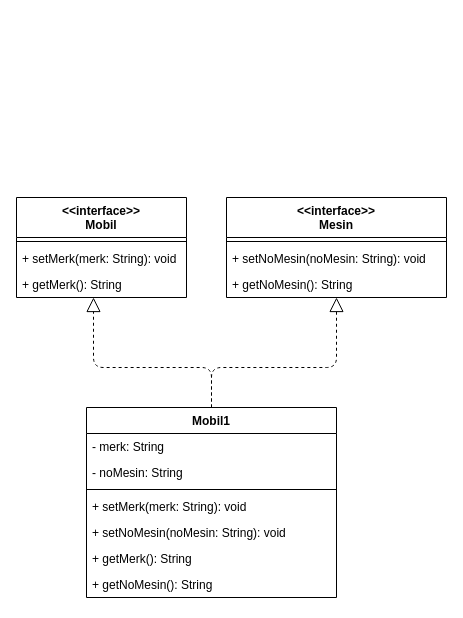
The draw.io diagram AbstractClass_Interface.drawio in freyaldi/unsri-4-OOP, before the edit. Source tidied: cells renumbered, new cells numbered last; positions are measured from the earlier drawing's top-left corner, leaving out a move shared by most shapes. Both pictures are drawn from the tidied source at 100%, with x=0, y=0 at pixel (16, 197).
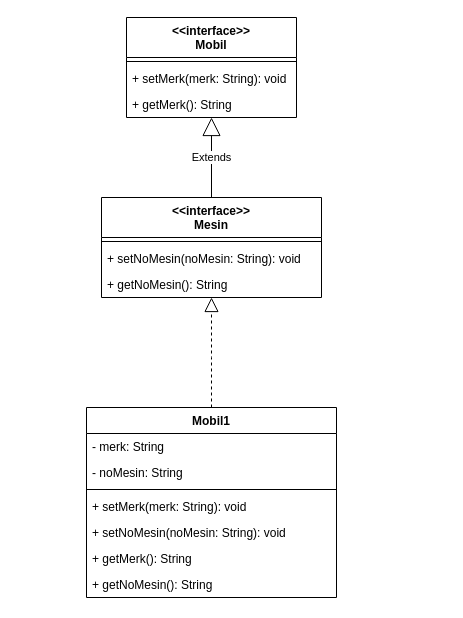
The same page after the edit.

Unchanged cells that the change refers to:
```xml
<mxCell id="5" value="+ getMerk(): String" style="text;strokeColor=none;fillColor=none;align=left;verticalAlign=top;spacingLeft=4;spacingRight=4;overflow=hidden;points=[[0,0.5],[1,0.5]];portConstraint=eastwest;" parent="2" vertex="1">
  <mxGeometry y="74" width="170" height="26" as="geometry" />
</mxCell>
<mxCell id="9" value="+ getNoMesin(): String" style="text;strokeColor=none;fillColor=none;align=left;verticalAlign=top;spacingLeft=4;spacingRight=4;overflow=hidden;points=[[0,0.5],[1,0.5]];portConstraint=eastwest;" parent="6" vertex="1">
  <mxGeometry y="74" width="220" height="26" as="geometry" />
</mxCell>
<mxCell id="10" value="Mobil1" style="swimlane;fontStyle=1;align=center;verticalAlign=top;horizontal=1;startSize=26;" parent="1" vertex="1">
  <mxGeometry x="70" y="210" width="250" height="190" as="geometry" />
</mxCell>
```

The edit, as a diff of the source:
```diff
@@
     <mxCell id="2" value="&lt;&lt;interface&gt;&gt;&#10;Mobil" style="swimlane;fontStyle=1;align=center;verticalAlign=top;horizontal=1;startSize=40;" parent="1" vertex="1">
-      <mxGeometry width="170" height="100" as="geometry" />
+      <mxGeometry x="110" y="-180" width="170" height="100" as="geometry" />
     </mxCell>
@@
     <mxCell id="6" value="&lt;&lt;interface&gt;&gt;&#10;Mesin" style="swimlane;fontStyle=1;align=center;verticalAlign=top;horizontal=1;startSize=40;" parent="1" vertex="1">
-      <mxGeometry x="210" width="220" height="100" as="geometry" />
+      <mxGeometry x="85" width="220" height="100" as="geometry" />
     </mxCell>
@@
-    <mxCell id="18" style="endArrow=block;dashed=1;endFill=0;endSize=12;html=1;exitX=0.5;exitY=0;exitDx=0;exitDy=0;entryX=0.453;entryY=1;entryDx=0;entryDy=0;entryPerimeter=0;" parent="1" edge="1" source="10" target="5">
-      <mxGeometry relative="1" as="geometry">
-        <Array as="points">
-          <mxPoint x="195" y="170" />
-          <mxPoint x="77" y="170" />
-        </Array>
-      </mxGeometry>
-    </mxCell>
     <mxCell id="19" style="endArrow=block;dashed=1;endFill=0;endSize=12;html=1;exitX=0.5;exitY=0;exitDx=0;exitDy=0;entryX=0.5;entryY=1;entryDx=0;entryDy=0;entryPerimeter=0;" parent="1" edge="1" source="10" target="9">
       <mxGeometry relative="1" as="geometry">
         <Array as="points">
           <mxPoint x="195" y="170" />
-          <mxPoint x="320" y="170" />
         </Array>
       </mxGeometry>
     </mxCell>
+    <mxCell id="20" value="Extends" style="endArrow=block;endSize=16;endFill=0;html=1;exitX=0.5;exitY=0;exitDx=0;exitDy=0;entryX=0.5;entryY=1;entryDx=0;entryDy=0;entryPerimeter=0;" parent="1" edge="1" source="6" target="5">
+      <mxGeometry relative="1" as="geometry" />
+    </mxCell>
```
